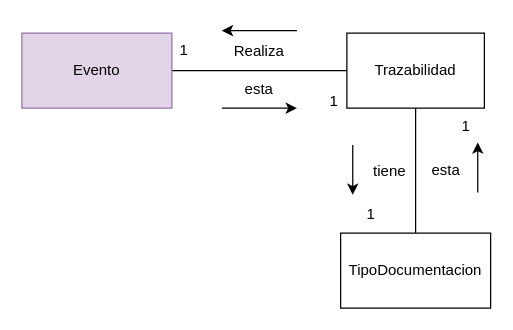
This is page "AnemicModelTraceability" (8 of 13) of CoTasker_BoundedContext.drawio from Migue1409-KP/DOO-working-group, a draw.io file, before an edit. Source tidied: cells renumbered, new cells numbered last; positions are measured from the earlier drawing's top-left corner, leaving out a move shared by most shapes. Both pictures are drawn from the tidied source at 125%, with x=0, y=0 at pixel (21, 30).
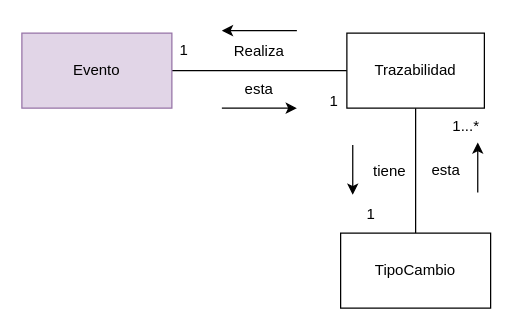
After the change.

Commit message:
arreglo trazabilidad

What changed in the source:
```diff
@@
-    <mxCell id="12" value="TipoDocumentacion" style="rounded=0;whiteSpace=wrap;html=1;" parent="1" vertex="1">
+    <mxCell id="12" value="TipoCambio" style="rounded=0;whiteSpace=wrap;html=1;" parent="1" vertex="1">
       <mxGeometry x="255" y="162" width="120" height="60" as="geometry" />
     </mxCell>
@@
-    <mxCell id="18" value="1" style="text;html=1;align=center;verticalAlign=middle;strokeColor=none;fillColor=none;" parent="1" vertex="1">
-      <mxGeometry x="340" y="62" width="30" height="30" as="geometry" />
+    <mxCell id="18" value="1...*" style="text;html=1;align=center;verticalAlign=middle;strokeColor=none;fillColor=none;" parent="1" vertex="1">
+      <mxGeometry x="335" y="62" width="40" height="30" as="geometry" />
     </mxCell>
```
